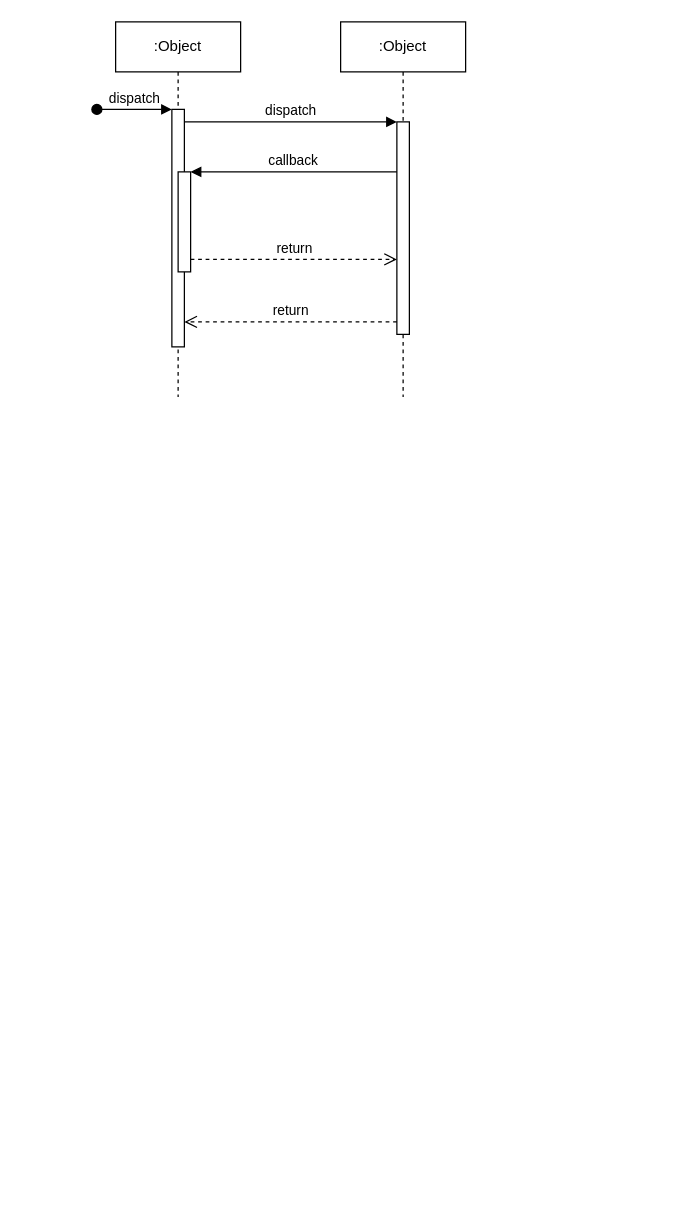
Above: 信息流-时序图.drawio in yuanlj-tea/picgo (draw.io), before the change. Source tidied: cells renumbered, new cells numbered last; positions are measured from the earlier drawing's top-left corner, leaving out a move shared by most shapes. Both pictures are drawn from the tidied source at 125%, with x=0, y=0 at pixel (96, 21).
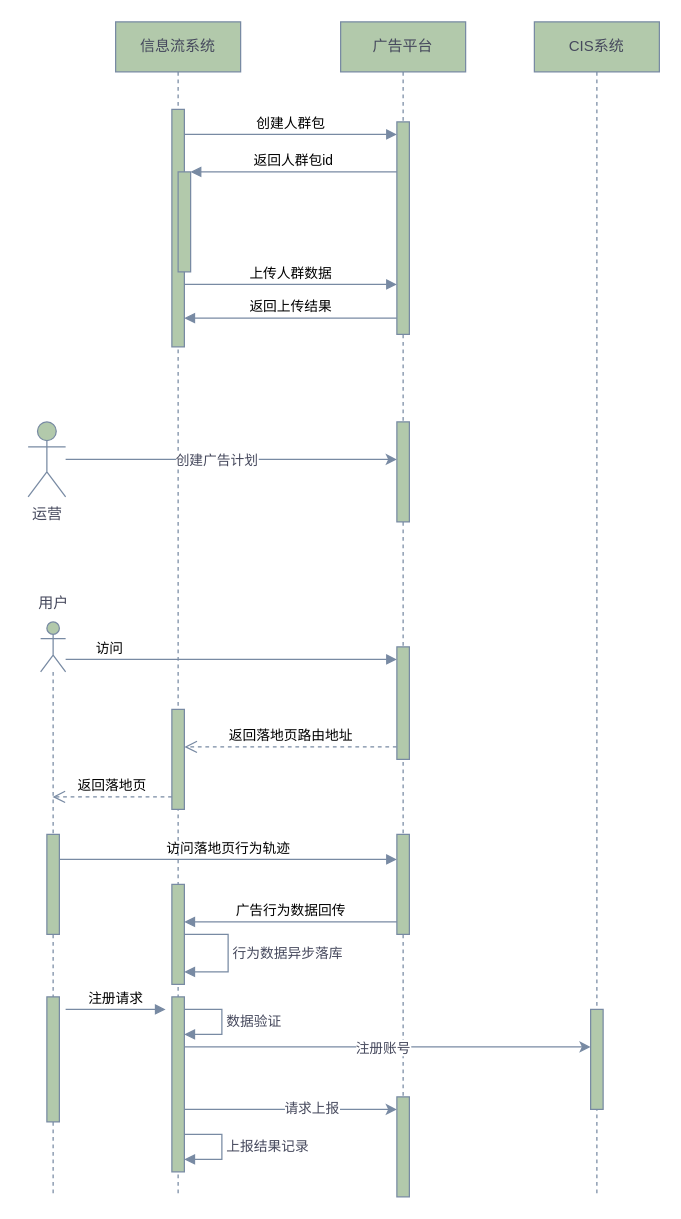
After the change.

Commit message:
更新信息流-时序图.drawio

What changed in the source:
```diff
@@
-    <mxCell id="2" value=":Object" style="shape=umlLifeline;perimeter=lifelinePerimeter;whiteSpace=wrap;html=1;newEdgeStyle={&quot;edgeStyle&quot;:&quot;elbowEdgeStyle&quot;,&quot;elbow&quot;:&quot;vertical&quot;,&quot;curved&quot;:0,&quot;rounded&quot;:0};" parent="1" vertex="1">
-      <mxGeometry x="15" width="100" height="300" as="geometry" />
+    <mxCell id="2" value="信息流系统" style="shape=umlLifeline;perimeter=lifelinePerimeter;whiteSpace=wrap;html=1;newEdgeStyle={&quot;edgeStyle&quot;:&quot;elbowEdgeStyle&quot;,&quot;elbow&quot;:&quot;vertical&quot;,&quot;curved&quot;:0,&quot;rounded&quot;:0};labelBackgroundColor=none;fillColor=#B2C9AB;strokeColor=#788AA3;fontColor=#46495D;" parent="1" vertex="1">
+      <mxGeometry x="15" width="100" height="940" as="geometry" />
     </mxCell>
-    <mxCell id="3" style="html=1;points=[];perimeter=orthogonalPerimeter;outlineConnect=0;targetShapes=umlLifeline;portConstraint=eastwest;newEdgeStyle={&quot;edgeStyle&quot;:&quot;elbowEdgeStyle&quot;,&quot;elbow&quot;:&quot;vertical&quot;,&quot;curved&quot;:0,&quot;rounded&quot;:0};" parent="2" vertex="1">
+    <mxCell id="3" style="html=1;points=[];perimeter=orthogonalPerimeter;outlineConnect=0;targetShapes=umlLifeline;portConstraint=eastwest;newEdgeStyle={&quot;edgeStyle&quot;:&quot;elbowEdgeStyle&quot;,&quot;elbow&quot;:&quot;vertical&quot;,&quot;curved&quot;:0,&quot;rounded&quot;:0};labelBackgroundColor=none;fillColor=#B2C9AB;strokeColor=#788AA3;fontColor=#46495D;" parent="2" vertex="1">
       <mxGeometry x="45" y="70" width="10" height="190" as="geometry" />
     </mxCell>
-    <mxCell id="4" value="dispatch" style="html=1;verticalAlign=bottom;startArrow=oval;endArrow=block;startSize=8;edgeStyle=elbowEdgeStyle;elbow=vertical;curved=0;rounded=0;" parent="2" edge="1" target="3">
-      <mxGeometry relative="1" as="geometry">
-        <mxPoint x="-15" y="70" as="sourcePoint" />
-      </mxGeometry>
-    </mxCell>
-    <mxCell id="5" style="html=1;points=[];perimeter=orthogonalPerimeter;outlineConnect=0;targetShapes=umlLifeline;portConstraint=eastwest;newEdgeStyle={&quot;edgeStyle&quot;:&quot;elbowEdgeStyle&quot;,&quot;elbow&quot;:&quot;vertical&quot;,&quot;curved&quot;:0,&quot;rounded&quot;:0};" parent="2" vertex="1">
+    <mxCell id="5" style="html=1;points=[];perimeter=orthogonalPerimeter;outlineConnect=0;targetShapes=umlLifeline;portConstraint=eastwest;newEdgeStyle={&quot;edgeStyle&quot;:&quot;elbowEdgeStyle&quot;,&quot;elbow&quot;:&quot;vertical&quot;,&quot;curved&quot;:0,&quot;rounded&quot;:0};labelBackgroundColor=none;fillColor=#B2C9AB;strokeColor=#788AA3;fontColor=#46495D;" parent="2" vertex="1">
       <mxGeometry x="50" y="120" width="10" height="80" as="geometry" />
     </mxCell>
+    <mxCell id="12" style="html=1;points=[];perimeter=orthogonalPerimeter;outlineConnect=0;targetShapes=umlLifeline;portConstraint=eastwest;newEdgeStyle={&quot;edgeStyle&quot;:&quot;elbowEdgeStyle&quot;,&quot;elbow&quot;:&quot;vertical&quot;,&quot;curved&quot;:0,&quot;rounded&quot;:0};labelBackgroundColor=none;fillColor=#B2C9AB;strokeColor=#788AA3;fontColor=#46495D;" parent="2" vertex="1">
+      <mxGeometry x="45" y="550" width="10" height="80" as="geometry" />
+    </mxCell>
+    <mxCell id="13" style="html=1;points=[];perimeter=orthogonalPerimeter;outlineConnect=0;targetShapes=umlLifeline;portConstraint=eastwest;newEdgeStyle={&quot;edgeStyle&quot;:&quot;elbowEdgeStyle&quot;,&quot;elbow&quot;:&quot;vertical&quot;,&quot;curved&quot;:0,&quot;rounded&quot;:0};labelBackgroundColor=none;fillColor=#B2C9AB;strokeColor=#788AA3;fontColor=#46495D;" parent="2" vertex="1">
+      <mxGeometry x="45" y="690" width="10" height="80" as="geometry" />
+    </mxCell>
+    <mxCell id="14" style="html=1;points=[];perimeter=orthogonalPerimeter;outlineConnect=0;targetShapes=umlLifeline;portConstraint=eastwest;newEdgeStyle={&quot;edgeStyle&quot;:&quot;elbowEdgeStyle&quot;,&quot;elbow&quot;:&quot;vertical&quot;,&quot;curved&quot;:0,&quot;rounded&quot;:0};labelBackgroundColor=none;fillColor=#B2C9AB;strokeColor=#788AA3;fontColor=#46495D;" parent="2" vertex="1">
+      <mxGeometry x="45" y="780" width="10" height="140" as="geometry" />
+    </mxCell>
+    <mxCell id="15" value="数据验证" style="html=1;align=left;spacingLeft=2;endArrow=block;rounded=0;edgeStyle=orthogonalEdgeStyle;curved=0;rounded=0;strokeColor=#788AA3;fontColor=#46495D;fillColor=#B2C9AB;" parent="2" edge="1" target="14">
+      <mxGeometry relative="1" as="geometry">
+        <mxPoint x="55" y="790" as="sourcePoint" />
+        <Array as="points">
+          <mxPoint x="85" y="790" />
+          <mxPoint x="85" y="810" />
+        </Array>
+      </mxGeometry>
+    </mxCell>
+    <mxCell id="16" value="行为数据异步落库" style="html=1;align=left;spacingLeft=2;endArrow=block;rounded=0;edgeStyle=orthogonalEdgeStyle;curved=0;rounded=0;strokeColor=#788AA3;fontColor=#46495D;fillColor=#B2C9AB;" parent="2" edge="1" source="13" target="13">
+      <mxGeometry relative="1" as="geometry">
+        <Array as="points">
+          <mxPoint x="90" y="730" />
+          <mxPoint x="90" y="760" />
+        </Array>
+      </mxGeometry>
+    </mxCell>
-    <mxCell id="6" value=":Object" style="shape=umlLifeline;perimeter=lifelinePerimeter;whiteSpace=wrap;html=1;newEdgeStyle={&quot;edgeStyle&quot;:&quot;elbowEdgeStyle&quot;,&quot;elbow&quot;:&quot;vertical&quot;,&quot;curved&quot;:0,&quot;rounded&quot;:0};" parent="1" vertex="1">
-      <mxGeometry x="195" width="100" height="300" as="geometry" />
+    <mxCell id="6" value="广告平台" style="shape=umlLifeline;perimeter=lifelinePerimeter;whiteSpace=wrap;html=1;newEdgeStyle={&quot;edgeStyle&quot;:&quot;elbowEdgeStyle&quot;,&quot;elbow&quot;:&quot;vertical&quot;,&quot;curved&quot;:0,&quot;rounded&quot;:0};labelBackgroundColor=none;fillColor=#B2C9AB;strokeColor=#788AA3;fontColor=#46495D;" parent="1" vertex="1">
+      <mxGeometry x="195" width="100" height="940" as="geometry" />
     </mxCell>
-    <mxCell id="7" style="html=1;points=[];perimeter=orthogonalPerimeter;outlineConnect=0;targetShapes=umlLifeline;portConstraint=eastwest;newEdgeStyle={&quot;edgeStyle&quot;:&quot;elbowEdgeStyle&quot;,&quot;elbow&quot;:&quot;vertical&quot;,&quot;curved&quot;:0,&quot;rounded&quot;:0};" parent="6" vertex="1">
+    <mxCell id="7" style="html=1;points=[];perimeter=orthogonalPerimeter;outlineConnect=0;targetShapes=umlLifeline;portConstraint=eastwest;newEdgeStyle={&quot;edgeStyle&quot;:&quot;elbowEdgeStyle&quot;,&quot;elbow&quot;:&quot;vertical&quot;,&quot;curved&quot;:0,&quot;rounded&quot;:0};labelBackgroundColor=none;fillColor=#B2C9AB;strokeColor=#788AA3;fontColor=#46495D;" parent="6" vertex="1">
       <mxGeometry x="45" y="80" width="10" height="170" as="geometry" />
     </mxCell>
+    <mxCell id="17" style="html=1;points=[];perimeter=orthogonalPerimeter;outlineConnect=0;targetShapes=umlLifeline;portConstraint=eastwest;newEdgeStyle={&quot;edgeStyle&quot;:&quot;elbowEdgeStyle&quot;,&quot;elbow&quot;:&quot;vertical&quot;,&quot;curved&quot;:0,&quot;rounded&quot;:0};labelBackgroundColor=none;fillColor=#B2C9AB;strokeColor=#788AA3;fontColor=#46495D;" parent="6" vertex="1">
+      <mxGeometry x="45" y="320" width="10" height="80" as="geometry" />
+    </mxCell>
+    <mxCell id="18" style="html=1;points=[];perimeter=orthogonalPerimeter;outlineConnect=0;targetShapes=umlLifeline;portConstraint=eastwest;newEdgeStyle={&quot;edgeStyle&quot;:&quot;elbowEdgeStyle&quot;,&quot;elbow&quot;:&quot;vertical&quot;,&quot;curved&quot;:0,&quot;rounded&quot;:0};labelBackgroundColor=none;fillColor=#B2C9AB;strokeColor=#788AA3;fontColor=#46495D;" parent="6" vertex="1">
+      <mxGeometry x="45" y="500" width="10" height="90" as="geometry" />
+    </mxCell>
+    <mxCell id="19" value="访问" style="html=1;verticalAlign=bottom;endArrow=block;edgeStyle=elbowEdgeStyle;elbow=vertical;curved=0;rounded=0;labelBackgroundColor=none;strokeColor=#788AA3;fontColor=default;" parent="6" edge="1" target="18">
+      <mxGeometry relative="1" as="geometry">
+        <mxPoint x="-25" y="510" as="sourcePoint" />
+        <Array as="points">
+          <mxPoint x="-220" y="510" />
+        </Array>
+      </mxGeometry>
+    </mxCell>
+    <mxCell id="20" style="html=1;points=[];perimeter=orthogonalPerimeter;outlineConnect=0;targetShapes=umlLifeline;portConstraint=eastwest;newEdgeStyle={&quot;edgeStyle&quot;:&quot;elbowEdgeStyle&quot;,&quot;elbow&quot;:&quot;vertical&quot;,&quot;curved&quot;:0,&quot;rounded&quot;:0};labelBackgroundColor=none;fillColor=#B2C9AB;strokeColor=#788AA3;fontColor=#46495D;" parent="6" vertex="1">
+      <mxGeometry x="45" y="650" width="10" height="80" as="geometry" />
+    </mxCell>
+    <mxCell id="21" style="html=1;points=[];perimeter=orthogonalPerimeter;outlineConnect=0;targetShapes=umlLifeline;portConstraint=eastwest;newEdgeStyle={&quot;edgeStyle&quot;:&quot;elbowEdgeStyle&quot;,&quot;elbow&quot;:&quot;vertical&quot;,&quot;curved&quot;:0,&quot;rounded&quot;:0};labelBackgroundColor=none;fillColor=#B2C9AB;strokeColor=#788AA3;fontColor=#46495D;" parent="6" vertex="1">
+      <mxGeometry x="45" y="860" width="10" height="80" as="geometry" />
+    </mxCell>
-    <mxCell id="8" value="dispatch" style="html=1;verticalAlign=bottom;endArrow=block;edgeStyle=elbowEdgeStyle;elbow=vertical;curved=0;rounded=0;" parent="1" edge="1" source="3" target="7">
+    <mxCell id="8" value="创建人群包" style="html=1;verticalAlign=bottom;endArrow=block;edgeStyle=elbowEdgeStyle;elbow=vertical;curved=0;rounded=0;labelBackgroundColor=none;strokeColor=#788AA3;fontColor=default;" parent="1" edge="1">
       <mxGeometry relative="1" as="geometry">
+        <mxPoint x="70" y="90" as="sourcePoint" />
+        <mxPoint x="240" y="90" as="targetPoint" />
         <Array as="points">
-          <mxPoint x="155" y="80" />
+          <mxPoint x="155" y="90" />
         </Array>
       </mxGeometry>
     </mxCell>
-    <mxCell id="9" value="return" style="html=1;verticalAlign=bottom;endArrow=open;dashed=1;endSize=8;edgeStyle=elbowEdgeStyle;elbow=vertical;curved=0;rounded=0;" parent="1" edge="1" source="7" target="3">
-      <mxGeometry relative="1" as="geometry">
-        <Array as="points">
-          <mxPoint x="165" y="240" />
-        </Array>
-      </mxGeometry>
-    </mxCell>
-    <mxCell id="10" value="callback" style="html=1;verticalAlign=bottom;endArrow=block;edgeStyle=elbowEdgeStyle;elbow=vertical;curved=0;rounded=0;" parent="1" edge="1" source="7" target="5">
+    <mxCell id="10" value="返回人群包id" style="html=1;verticalAlign=bottom;endArrow=block;edgeStyle=elbowEdgeStyle;elbow=vertical;curved=0;rounded=0;labelBackgroundColor=none;strokeColor=#788AA3;fontColor=default;" parent="1" edge="1" source="7" target="5">
       <mxGeometry relative="1" as="geometry">
         <Array as="points">
           <mxPoint x="165" y="120" />
         </Array>
       </mxGeometry>
     </mxCell>
-    <mxCell id="11" value="return" style="html=1;verticalAlign=bottom;endArrow=open;dashed=1;endSize=8;edgeStyle=elbowEdgeStyle;elbow=vertical;curved=0;rounded=0;" parent="1" edge="1" source="5" target="7">
-      <mxGeometry relative="1" as="geometry">
-        <Array as="points">
-          <mxPoint x="155" y="190" />
-        </Array>
-      </mxGeometry>
-    </mxCell>
+    <mxCell id="22" value="上传人群数据" style="html=1;verticalAlign=bottom;endArrow=block;edgeStyle=elbowEdgeStyle;elbow=vertical;curved=0;rounded=0;labelBackgroundColor=none;strokeColor=#788AA3;fontColor=default;" parent="1" edge="1" source="3" target="7">
+      <mxGeometry relative="1" as="geometry">
+        <Array as="points">
+          <mxPoint x="160" y="210" />
+        </Array>
+      </mxGeometry>
+    </mxCell>
+    <mxCell id="23" value="返回上传结果" style="html=1;verticalAlign=bottom;endArrow=block;edgeStyle=elbowEdgeStyle;elbow=vertical;curved=0;rounded=0;labelBackgroundColor=none;strokeColor=#788AA3;fontColor=default;" parent="1" edge="1" source="7">
+      <mxGeometry relative="1" as="geometry">
+        <mxPoint x="70" y="237" as="targetPoint" />
+        <Array as="points">
+          <mxPoint x="155" y="237" />
+        </Array>
+      </mxGeometry>
+    </mxCell>
+    <mxCell id="24" style="edgeStyle=orthogonalEdgeStyle;rounded=0;jettySize=auto;html=1;labelBackgroundColor=none;strokeColor=#788AA3;fontColor=default;" parent="1" edge="1" source="26" target="17">
+      <mxGeometry relative="1" as="geometry">
+        <Array as="points">
+          <mxPoint x="175" y="350" />
+          <mxPoint x="175" y="350" />
+        </Array>
+      </mxGeometry>
+    </mxCell>
+    <mxCell id="25" value="创建广告计划" style="edgeLabel;html=1;align=center;verticalAlign=middle;fontColor=#46495D;" parent="24" vertex="1">
+      <mxGeometry x="-0.39" y="-1" relative="1" as="geometry">
+        <mxPoint x="39" y="-1" as="offset" />
+      </mxGeometry>
+    </mxCell>
+    <mxCell id="26" value="运营" style="shape=umlActor;verticalLabelPosition=bottom;verticalAlign=top;html=1;labelBackgroundColor=none;fillColor=#B2C9AB;strokeColor=#788AA3;fontColor=#46495D;" parent="1" vertex="1">
+      <mxGeometry x="-55" y="320" width="30" height="60" as="geometry" />
+    </mxCell>
+    <mxCell id="27" value="返回落地页路由地址" style="html=1;verticalAlign=bottom;endArrow=open;dashed=1;endSize=8;edgeStyle=elbowEdgeStyle;elbow=vertical;curved=0;rounded=0;labelBackgroundColor=none;strokeColor=#788AA3;fontColor=default;" parent="1" edge="1" target="12">
+      <mxGeometry relative="1" as="geometry">
+        <mxPoint x="239.8" y="580" as="sourcePoint" />
+      </mxGeometry>
+    </mxCell>
+    <mxCell id="28" style="shape=umlLifeline;perimeter=lifelinePerimeter;whiteSpace=wrap;html=1;outlineConnect=0;portConstraint=eastwest;newEdgeStyle={&quot;edgeStyle&quot;:&quot;elbowEdgeStyle&quot;,&quot;elbow&quot;:&quot;vertical&quot;,&quot;curved&quot;:0,&quot;rounded&quot;:0};participant=umlActor;labelBackgroundColor=none;fillColor=#B2C9AB;strokeColor=#788AA3;fontColor=#46495D;" parent="1" vertex="1">
+      <mxGeometry x="-45" y="480" width="20" height="460" as="geometry" />
+    </mxCell>
+    <mxCell id="29" style="html=1;points=[];perimeter=orthogonalPerimeter;outlineConnect=0;targetShapes=umlLifeline;portConstraint=eastwest;newEdgeStyle={&quot;edgeStyle&quot;:&quot;elbowEdgeStyle&quot;,&quot;elbow&quot;:&quot;vertical&quot;,&quot;curved&quot;:0,&quot;rounded&quot;:0};labelBackgroundColor=none;fillColor=#B2C9AB;strokeColor=#788AA3;fontColor=#46495D;" parent="28" vertex="1">
+      <mxGeometry x="5" y="170" width="10" height="80" as="geometry" />
+    </mxCell>
+    <mxCell id="30" style="html=1;perimeter=orthogonalPerimeter;targetShapes=umlLifeline;newEdgeStyle={&quot;edgeStyle&quot;:&quot;elbowEdgeStyle&quot;,&quot;elbow&quot;:&quot;vertical&quot;,&quot;curved&quot;:0,&quot;rounded&quot;:0};labelBackgroundColor=none;fillColor=#B2C9AB;strokeColor=#788AA3;fontColor=#46495D;" parent="28" vertex="1">
+      <mxGeometry x="5" y="300" width="10" height="100" as="geometry" />
+    </mxCell>
+    <mxCell id="31" value="用户" style="text;html=1;align=center;verticalAlign=middle;strokeColor=none;fillColor=none;labelBackgroundColor=none;fontColor=#46495D;" parent="1" vertex="1">
+      <mxGeometry x="-60" y="450" width="50" height="30" as="geometry" />
+    </mxCell>
+    <mxCell id="32" value="返回落地页" style="html=1;verticalAlign=bottom;endArrow=open;dashed=1;endSize=8;edgeStyle=elbowEdgeStyle;elbow=vertical;curved=0;rounded=0;labelBackgroundColor=none;strokeColor=#788AA3;fontColor=default;" parent="1" edge="1" source="12" target="28">
+      <mxGeometry relative="1" as="geometry">
+        <Array as="points">
+          <mxPoint x="15" y="620" />
+        </Array>
+      </mxGeometry>
+    </mxCell>
+    <mxCell id="33" value="CIS系统" style="shape=umlLifeline;perimeter=lifelinePerimeter;whiteSpace=wrap;html=1;newEdgeStyle={&quot;edgeStyle&quot;:&quot;elbowEdgeStyle&quot;,&quot;elbow&quot;:&quot;vertical&quot;,&quot;curved&quot;:0,&quot;rounded&quot;:0};labelBackgroundColor=none;fillColor=#B2C9AB;strokeColor=#788AA3;fontColor=#46495D;" parent="1" vertex="1">
+      <mxGeometry x="350" width="100" height="940" as="geometry" />
+    </mxCell>
+    <mxCell id="34" style="html=1;perimeter=orthogonalPerimeter;targetShapes=umlLifeline;newEdgeStyle={&quot;edgeStyle&quot;:&quot;elbowEdgeStyle&quot;,&quot;elbow&quot;:&quot;vertical&quot;,&quot;curved&quot;:0,&quot;rounded&quot;:0};labelBackgroundColor=none;fillColor=#B2C9AB;strokeColor=#788AA3;fontColor=#46495D;" parent="33" vertex="1">
+      <mxGeometry x="45" y="790" width="10" height="80" as="geometry" />
+    </mxCell>
+    <mxCell id="35" value="访问落地页行为轨迹" style="html=1;verticalAlign=bottom;endArrow=block;edgeStyle=elbowEdgeStyle;elbow=vertical;curved=0;rounded=0;labelBackgroundColor=none;strokeColor=#788AA3;fontColor=default;" parent="1" edge="1" source="29" target="20">
+      <mxGeometry relative="1" as="geometry">
+        <Array as="points">
+          <mxPoint x="105" y="670" />
+        </Array>
+      </mxGeometry>
+    </mxCell>
+    <mxCell id="36" value="广告行为数据回传" style="html=1;verticalAlign=bottom;endArrow=block;edgeStyle=elbowEdgeStyle;elbow=vertical;curved=0;rounded=0;labelBackgroundColor=none;strokeColor=#788AA3;fontColor=default;" parent="1" edge="1" source="20" target="13">
+      <mxGeometry relative="1" as="geometry">
+        <Array as="points">
+          <mxPoint x="150" y="720" />
+        </Array>
+      </mxGeometry>
+    </mxCell>
+    <mxCell id="37" value="注册请求" style="html=1;verticalAlign=bottom;endArrow=block;edgeStyle=elbowEdgeStyle;elbow=vertical;curved=0;rounded=0;labelBackgroundColor=none;strokeColor=#788AA3;fontColor=default;" parent="1" edge="1">
+      <mxGeometry relative="1" as="geometry">
+        <mxPoint x="-25" y="790" as="sourcePoint" />
+        <mxPoint x="55" y="790" as="targetPoint" />
+      </mxGeometry>
+    </mxCell>
+    <mxCell id="38" style="edgeStyle=elbowEdgeStyle;rounded=0;orthogonalLoop=1;jettySize=auto;html=1;elbow=vertical;curved=0;strokeColor=#788AA3;fontColor=#46495D;fillColor=#B2C9AB;" parent="1" edge="1">
+      <mxGeometry relative="1" as="geometry">
+        <mxPoint x="70" y="820" as="sourcePoint" />
+        <mxPoint x="395" y="820.3" as="targetPoint" />
+      </mxGeometry>
+    </mxCell>
+    <mxCell id="39" value="注册账号" style="edgeLabel;html=1;align=center;verticalAlign=middle;fontColor=#46495D;" parent="38" vertex="1">
+      <mxGeometry x="-0.03" relative="1" as="geometry" />
+    </mxCell>
+    <mxCell id="40" style="edgeStyle=elbowEdgeStyle;rounded=0;jettySize=auto;html=1;elbow=vertical;curved=0;strokeColor=#788AA3;fontColor=#46495D;fillColor=#B2C9AB;" parent="1" edge="1" source="14" target="21">
+      <mxGeometry relative="1" as="geometry">
+        <Array as="points">
+          <mxPoint x="155" y="870" />
+        </Array>
+      </mxGeometry>
+    </mxCell>
+    <mxCell id="41" value="请求上报" style="edgeLabel;html=1;align=center;verticalAlign=middle;fontColor=#46495D;" parent="40" vertex="1">
+      <mxGeometry x="0.19" y="2" relative="1" as="geometry" />
+    </mxCell>
+    <mxCell id="42" value="上报结果记录" style="html=1;align=left;spacingLeft=2;endArrow=block;rounded=0;edgeStyle=orthogonalEdgeStyle;curved=0;rounded=0;strokeColor=#788AA3;fontColor=#46495D;fillColor=#B2C9AB;" parent="1" edge="1">
+      <mxGeometry relative="1" as="geometry">
+        <mxPoint x="70" y="890" as="sourcePoint" />
+        <mxPoint x="70" y="910" as="targetPoint" />
+        <Array as="points">
+          <mxPoint x="100" y="890" />
+          <mxPoint x="100" y="910" />
+        </Array>
+      </mxGeometry>
+    </mxCell>
```
